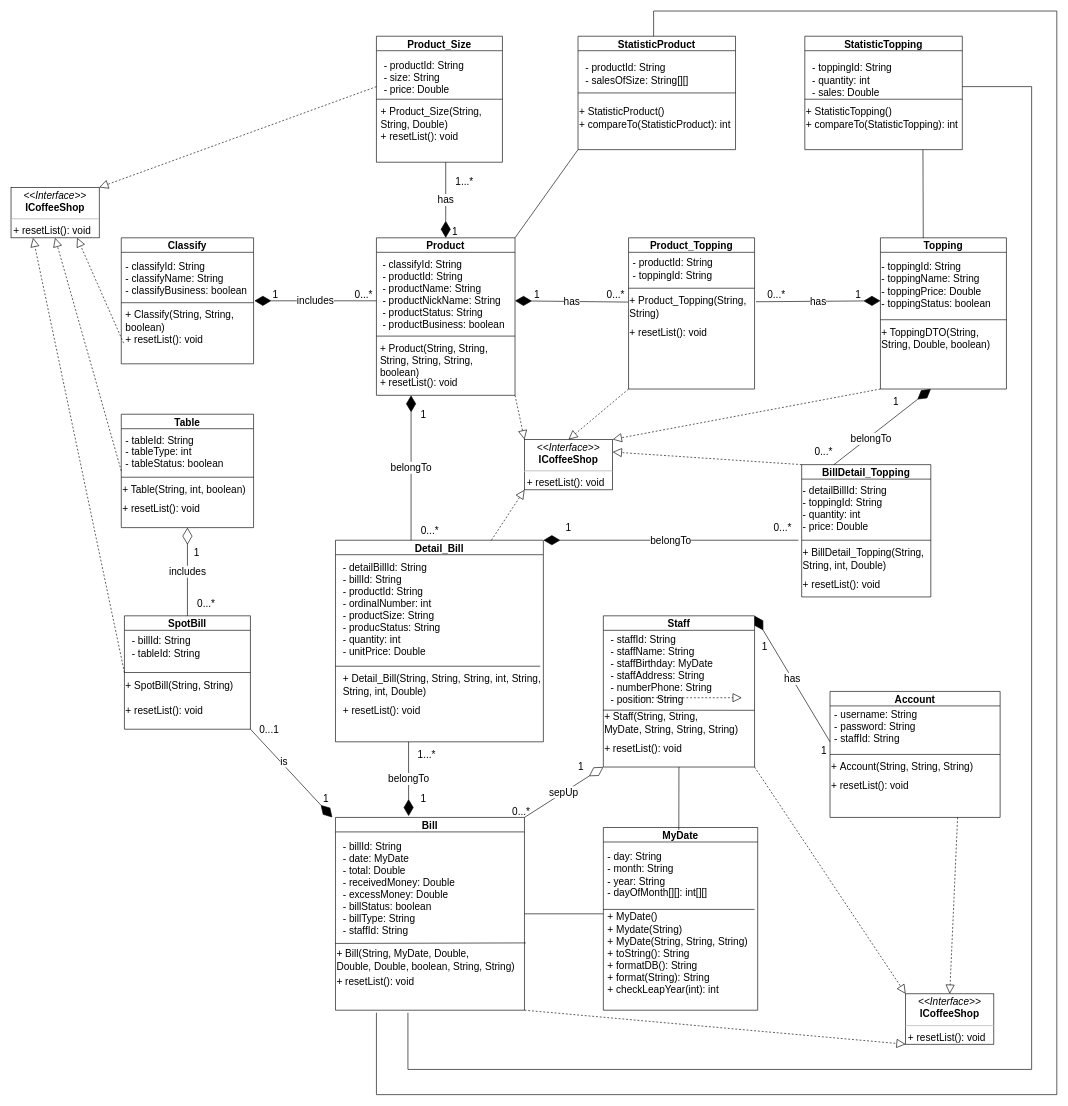
hungtadasuke/CoffeShop_SoftwareTechnology keeps this draw.io diagram as BFD&DFD/BFD&DFD mức 0, 1, 2, 3/ClassDiagram_Version_Final.drawio. Above is the earlier version. Source tidied: cells renumbered, new cells numbered last; positions are measured from the earlier drawing's top-left corner, leaving out a move shared by most shapes. Both pictures are drawn from the tidied source at 63%, with x=0, y=0 at pixel (11, 11).
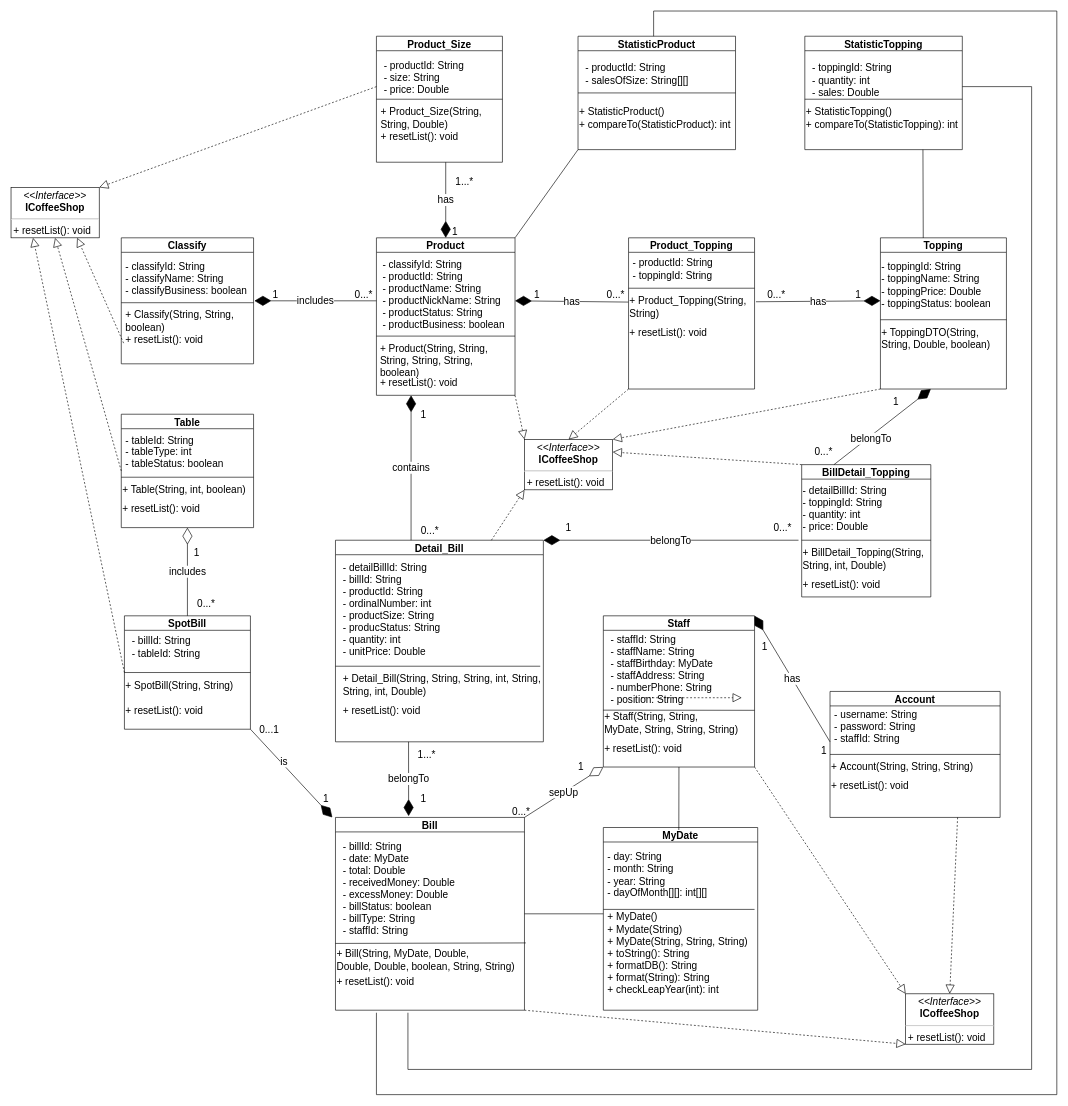
The same diagram, later.

Unchanged cells that the change refers to:
```xml
<mxCell id="3" value="Product" style="swimlane;fontSize=16;" parent="1" vertex="1">
  <mxGeometry x="580" y="360" width="220" height="250" as="geometry" />
</mxCell>
```

The edit, as a diff of the source:
```diff
@@
-    <mxCell id="86" value="belongTo" style="endArrow=diamondThin;endFill=1;endSize=24;html=1;rounded=0;fontSize=16;entryX=0.25;entryY=1;entryDx=0;entryDy=0;" parent="1" edge="1" target="3">
+    <mxCell id="86" value="contains" style="endArrow=diamondThin;endFill=1;endSize=24;html=1;rounded=0;fontSize=16;entryX=0.25;entryY=1;entryDx=0;entryDy=0;" parent="1" edge="1" target="3">
       <mxGeometry relative="1" as="geometry">
         <mxPoint x="635" y="840" as="sourcePoint" />
       </mxGeometry>
     </mxCell>
```
